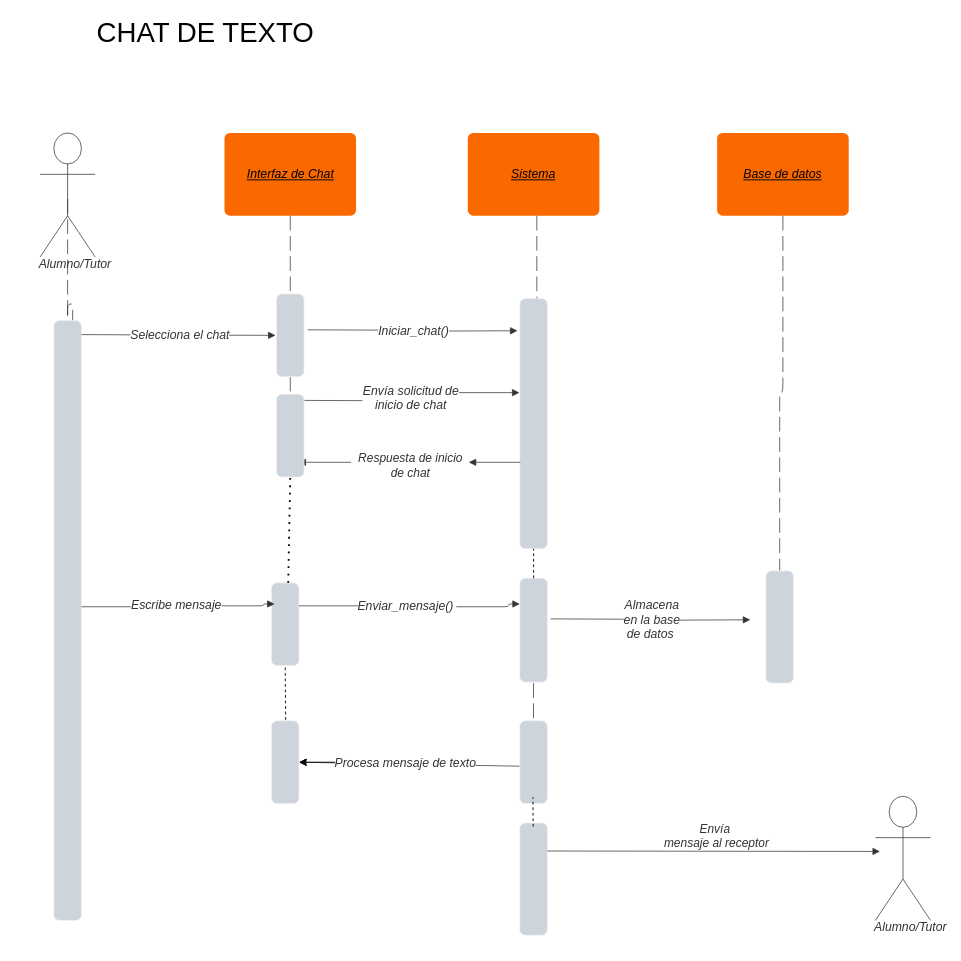
The draw.io diagram page "chat_de_texto" (5 of 12) of diagrama_secuencia.drawio in TP-SE1/TP_SOS-UC, before the edit. Source tidied: cells renumbered, new cells numbered last; positions are measured from the earlier drawing's top-left corner, leaving out a move shared by most shapes. Both pictures are drawn from the tidied source at 92%, with x=0, y=0 at pixel (16, 18).
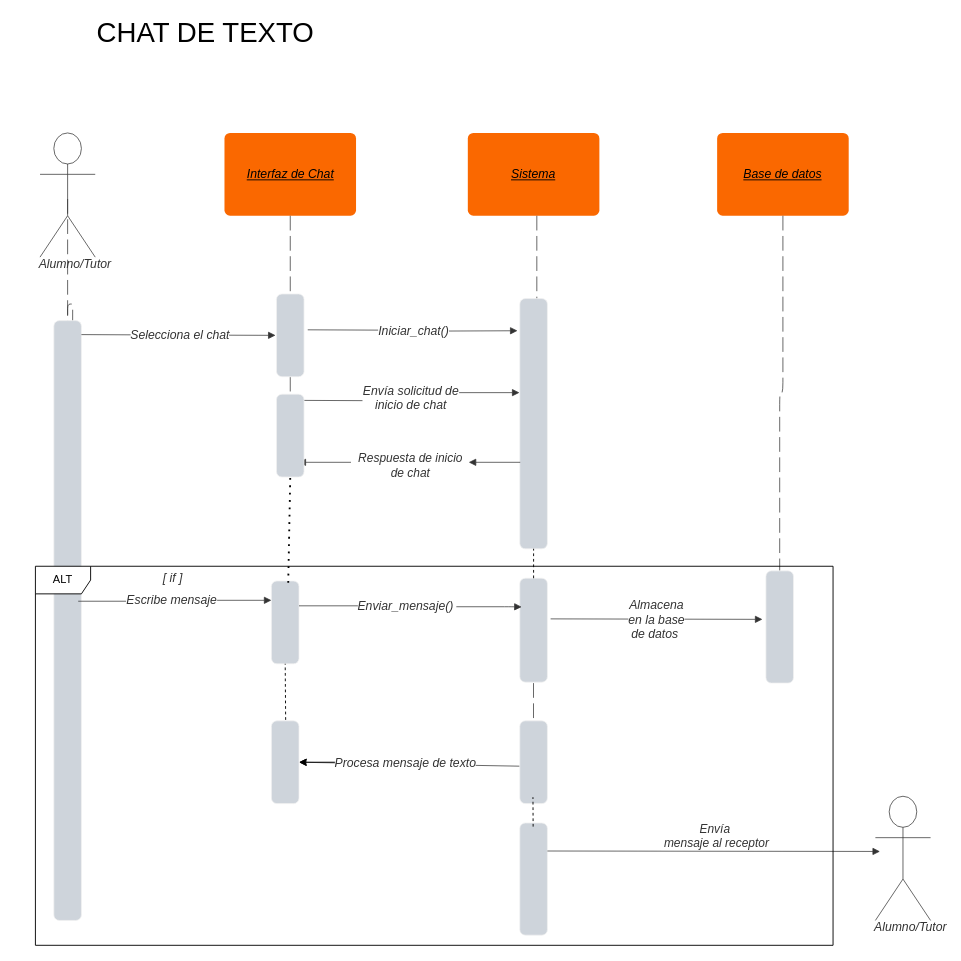
The same page after the edit.

Unchanged cells that the change refers to:
```xml
<mxCell id="23" style="html=1;overflow=block;blockSpacing=1;whiteSpace=wrap;fontSize=13;spacing=0;strokeColor=#f2f2f2;strokeOpacity=100;fillOpacity=100;rounded=1;absoluteArcSize=1;arcSize=12;fillColor=#ced4db;strokeWidth=0.8;lucidId=Yu5MydJHa4al;" parent="1" vertex="1">
  <mxGeometry x="547.5" y="608" width="30" height="113" as="geometry" />
</mxCell>
<mxCell id="27" style="html=1;overflow=block;blockSpacing=1;whiteSpace=wrap;fontSize=13;spacing=0;strokeColor=#f2f2f2;strokeOpacity=100;fillOpacity=100;rounded=1;absoluteArcSize=1;arcSize=12;fillColor=#ced4db;strokeWidth=0.8;lucidId=Yu5MydJHa4al;" parent="1" vertex="1">
  <mxGeometry x="815" y="600" width="30" height="122" as="geometry" />
</mxCell>
```

Change to the diagram source:
```diff
@@
     <mxCell id="22" style="html=1;overflow=block;blockSpacing=1;whiteSpace=wrap;fontSize=13;spacing=0;strokeColor=#f2f2f2;strokeOpacity=100;fillOpacity=100;rounded=1;absoluteArcSize=1;arcSize=12;fillColor=#ced4db;strokeWidth=0.8;lucidId=Yu5MydJHa4al;" parent="1" vertex="1">
-      <mxGeometry x="277.5" y="613" width="30" height="90" as="geometry" />
+      <mxGeometry x="277.5" y="611" width="30" height="90" as="geometry" />
     </mxCell>
@@
-    <mxCell id="24" style="html=1;jettySize=18;whiteSpace=wrap;fontSize=13;strokeColor=#333333;strokeOpacity=100;strokeWidth=0.8;rounded=1;arcSize=10;edgeStyle=orthogonalEdgeStyle;startArrow=none;endArrow=block;endFill=1;exitX=1.012;exitY=0.429;exitPerimeter=0;entryX=-0.012;entryY=0.376;entryPerimeter=0;lucidId=Yu5M8hheeUyh;" parent="1" edge="1">
+    <mxCell id="24" style="html=1;jettySize=18;whiteSpace=wrap;fontSize=13;strokeColor=#333333;strokeOpacity=100;strokeWidth=0.8;rounded=1;arcSize=10;edgeStyle=orthogonalEdgeStyle;startArrow=none;endArrow=block;endFill=1;exitX=1.012;exitY=0.429;exitPerimeter=0;lucidId=Yu5M8hheeUyh;entryX=0.067;entryY=0.276;entryDx=0;entryDy=0;entryPerimeter=0;" parent="1" edge="1" target="23">
       <mxGeometry relative="1" as="geometry">
         <mxPoint x="307.5" y="638" as="sourcePoint" />
-        <mxPoint x="547.5" y="636" as="targetPoint" />
         <Array as="points">
-          <mxPoint x="428.5" y="638" />
-          <mxPoint x="535.5" y="639" />
-          <mxPoint x="535.5" y="636" />
+          <mxPoint x="428" y="638" />
+          <mxPoint x="428" y="639" />
+          <mxPoint x="536" y="639" />
         </Array>
       </mxGeometry>
     </mxCell>
@@
-    <mxCell id="28" style="html=1;jettySize=18;whiteSpace=wrap;fontSize=13;strokeColor=#333333;strokeOpacity=100;strokeWidth=0.8;rounded=1;arcSize=10;edgeStyle=orthogonalEdgeStyle;startArrow=none;endArrow=block;endFill=1;lucidId=Yu5M0A2JVvTe;" parent="1" edge="1">
+    <mxCell id="28" style="html=1;jettySize=18;whiteSpace=wrap;fontSize=13;strokeColor=#333333;strokeOpacity=100;strokeWidth=0.8;rounded=1;arcSize=10;edgeStyle=orthogonalEdgeStyle;startArrow=none;endArrow=block;endFill=1;lucidId=Yu5M0A2JVvTe;entryX=-0.126;entryY=0.432;entryDx=0;entryDy=0;entryPerimeter=0;" parent="1" edge="1" target="27">
       <mxGeometry relative="1" as="geometry">
         <mxPoint x="581" y="652.2" as="sourcePoint" />
-        <mxPoint x="798" y="653.2" as="targetPoint" />
       </mxGeometry>
     </mxCell>
@@
-    <mxCell id="44" style="html=1;jettySize=18;whiteSpace=wrap;fontSize=13;strokeColor=#333333;strokeOpacity=100;strokeWidth=0.8;rounded=1;arcSize=10;edgeStyle=orthogonalEdgeStyle;startArrow=none;endArrow=block;endFill=1;entryX=-0.012;entryY=0.376;entryPerimeter=0;lucidId=Yu5M8hheeUyh;" parent="1" edge="1">
+    <mxCell id="44" style="html=1;jettySize=18;whiteSpace=wrap;fontSize=13;strokeColor=#333333;strokeOpacity=100;strokeWidth=0.8;rounded=1;arcSize=10;edgeStyle=orthogonalEdgeStyle;startArrow=none;endArrow=block;endFill=1;lucidId=Yu5M8hheeUyh;" parent="1" edge="1">
       <mxGeometry relative="1" as="geometry">
-        <mxPoint x="71" y="639" as="sourcePoint" />
-        <mxPoint x="281" y="636" as="targetPoint" />
+        <mxPoint x="67.5" y="633" as="sourcePoint" />
+        <mxPoint x="277.5" y="632" as="targetPoint" />
         <Array as="points">
-          <mxPoint x="162" y="638" />
-          <mxPoint x="269" y="639" />
-          <mxPoint x="269" y="636" />
+          <mxPoint x="158.5" y="632" />
+          <mxPoint x="277.5" y="633" />
         </Array>
       </mxGeometry>
     </mxCell>
@@
+    <mxCell id="51" value="[ if ]" style="text;html=1;labelBackgroundColor=default;align=center;verticalAlign=middle;fontStyle=2;fontColor=#333333;fontSize=13.3;" parent="44" vertex="1">
+      <mxGeometry relative="1" as="geometry">
+        <mxPoint x="-3" y="-25" as="offset" />
+      </mxGeometry>
+    </mxCell>
@@
+    <mxCell id="52" value="ALT" style="shape=umlFrame;whiteSpace=wrap;html=1;" parent="1" vertex="1">
+      <mxGeometry x="21" y="595" width="867" height="412" as="geometry" />
+    </mxCell>
```
